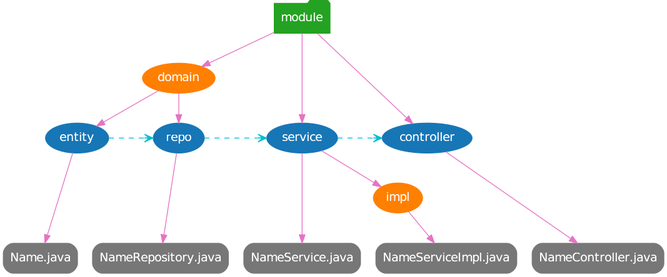
The Graphviz diagram static/image/2019/07/spring-mvc-module.png in Jeanhwea/jeanhwea.github.io, before a commit. Its source is kept beside it as static/image/2019/07/spring-mvc-module.dot.
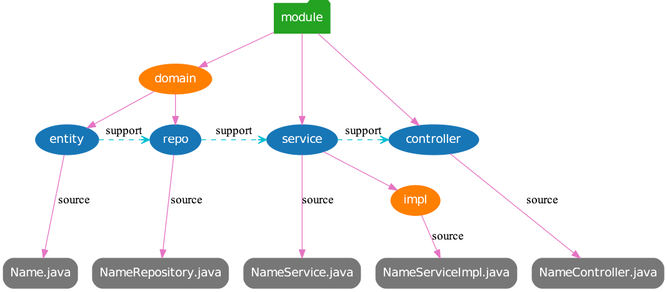
After the commit.

What changed in the source:
```diff
@@ -1,25 +1,25 @@
 digraph G {
   compound=true;
 
-  node [shape=folder, style=filled, color="#24a222", fontcolor="white", fontname="Helvetia"];
+  node[shape=folder, style=filled, color="#24a222", fontcolor="white", fontname="Helvetia"];
   module;
 
-  node [shape=ellipse, style=filled, color="#1776b6"];
+  node[shape=ellipse, style=filled, color="#1776b6"];
   service;
   controller;
   repository[label="repo"];
   entity;
 
-  node [shape=ellipse, style=filled, color="#ff7f00"];
+  node[shape=ellipse, style=filled, color="#ff7f00"];
   domain;
   service_impl[label="impl"];
 
-  edge [style=solid, color="#e574c3"];
+  edge[style=solid, color="#e574c3"];
   module -> {domain, service, controller};
   domain -> {entity, repository};
   service -> service_impl;
 
-  node [shape=Mrecord, style=filled, color="#777777"];
+  node[shape=Mrecord, style=filled, color="#777777"];
   {
     rank="same";
     Name[label="Name.java"];
@@ -29,14 +29,16 @@
     NameController[label="NameController.java"];
   }
 
-  edge [shape=dot, style=solid];
-  entity -> Name;
-  repository -> NameRepository;
-  service -> NameService;
-  service_impl -> NameServiceImpl;
-  controller -> NameController;
+  edge[shape=dot, style=solid, label="source"];
+  {
+    entity -> Name;
+    repository -> NameRepository;
+    service -> NameService;
+    service_impl -> NameServiceImpl;
+    controller -> NameController;
+  }
 
-  edge[style=dashed, arrowhead="vee", color="#00bed1", minlen=3];
+  edge[style=dashed, arrowhead="vee", color="#00bed1", label="support"];
   {
     rank="same";
     entity -> repository -> service -> controller;
```
